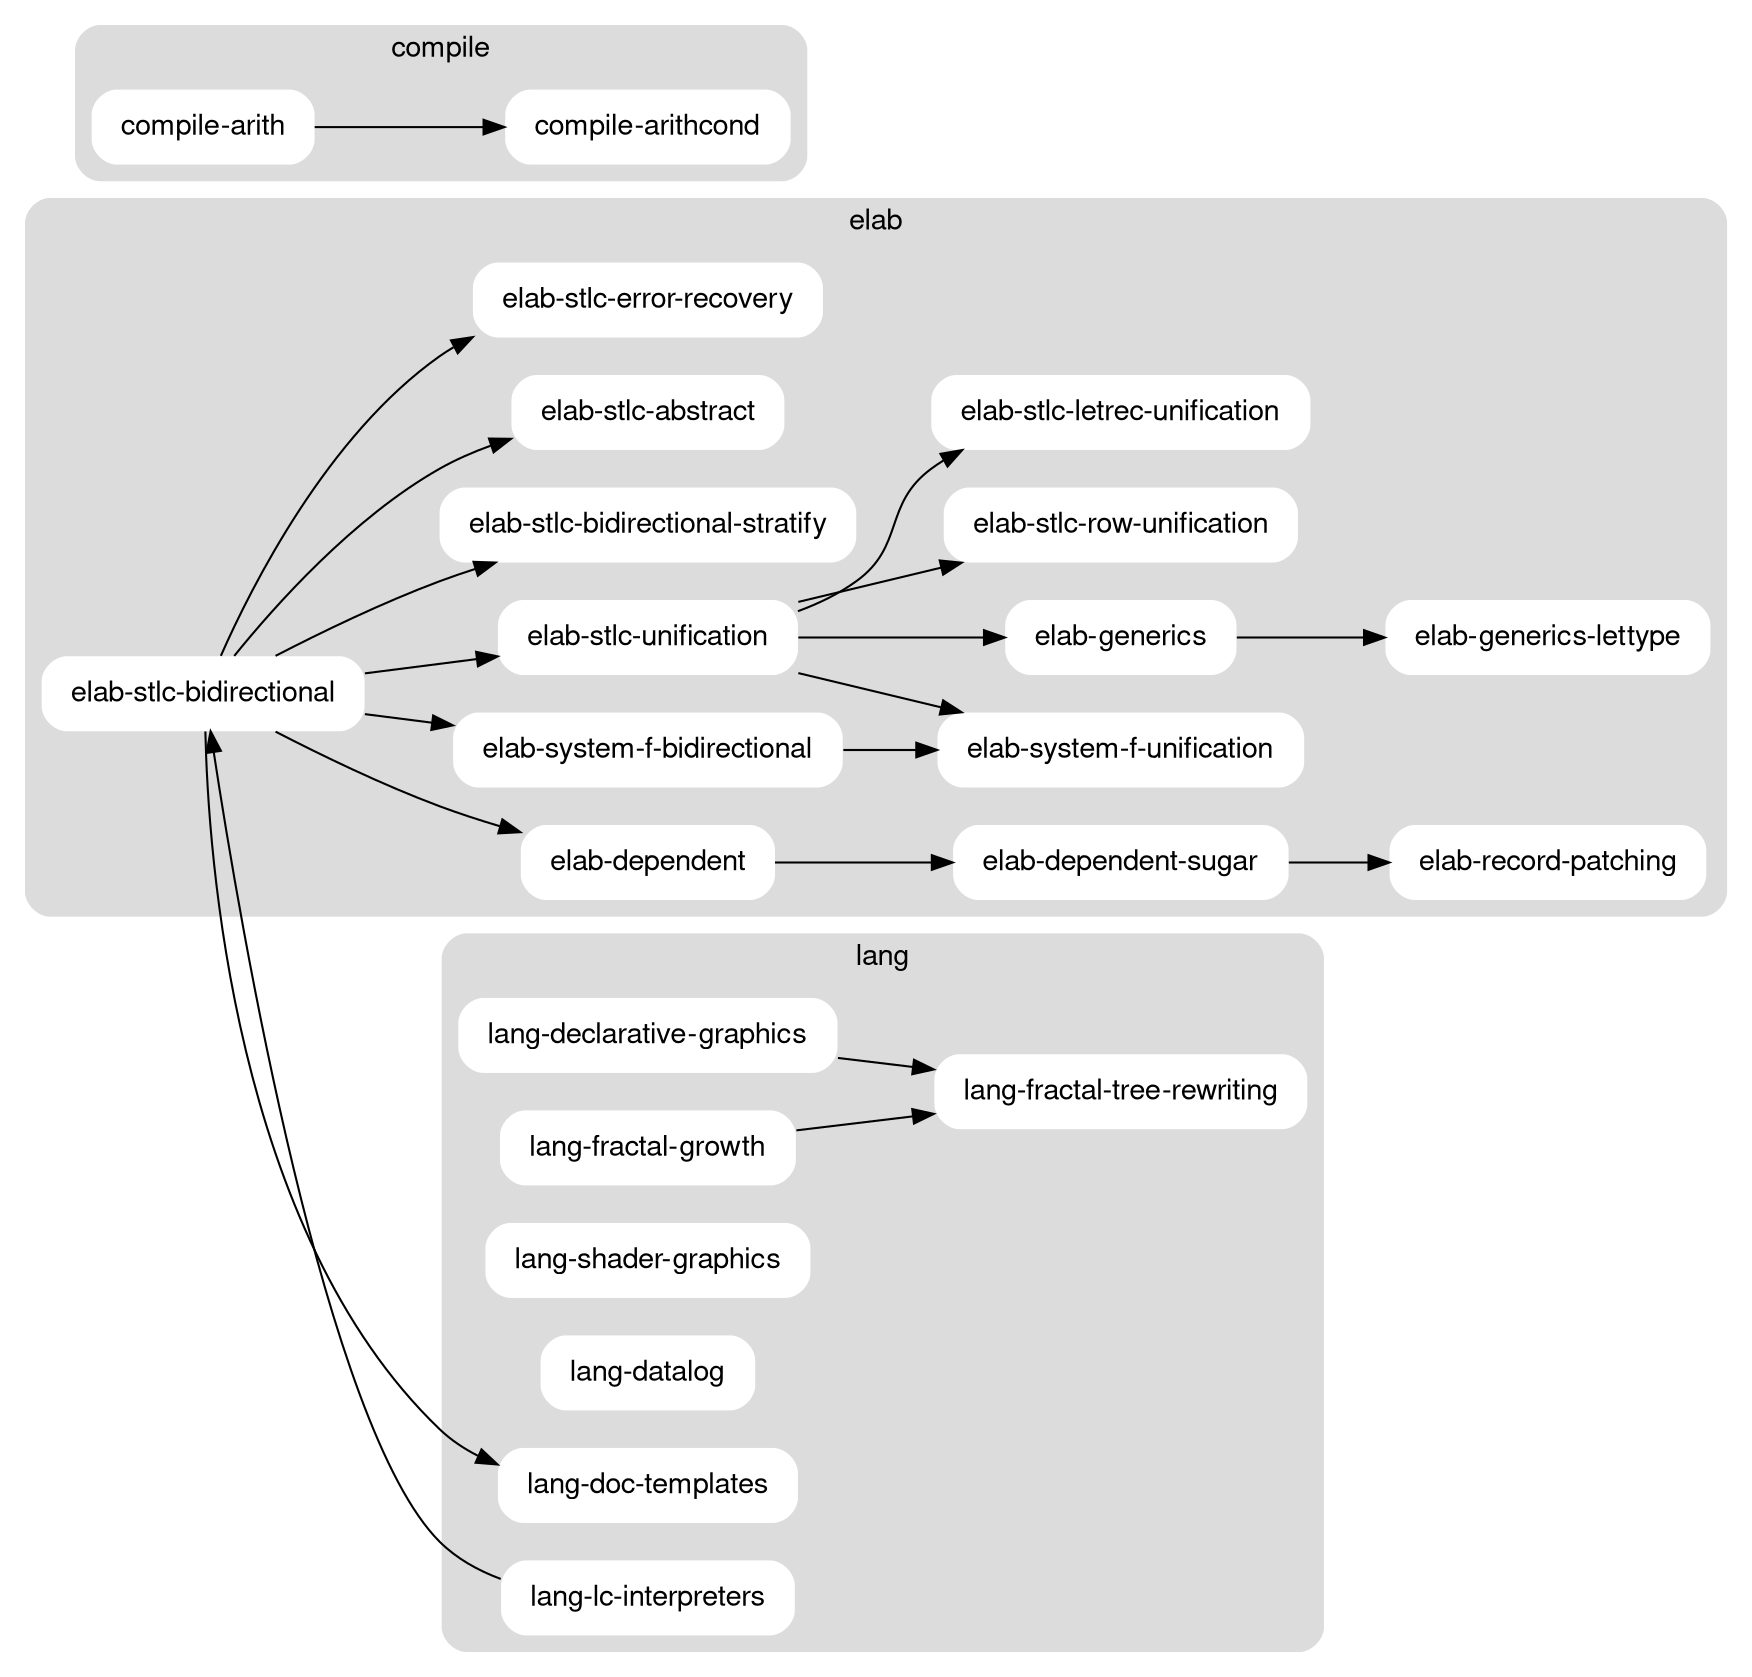
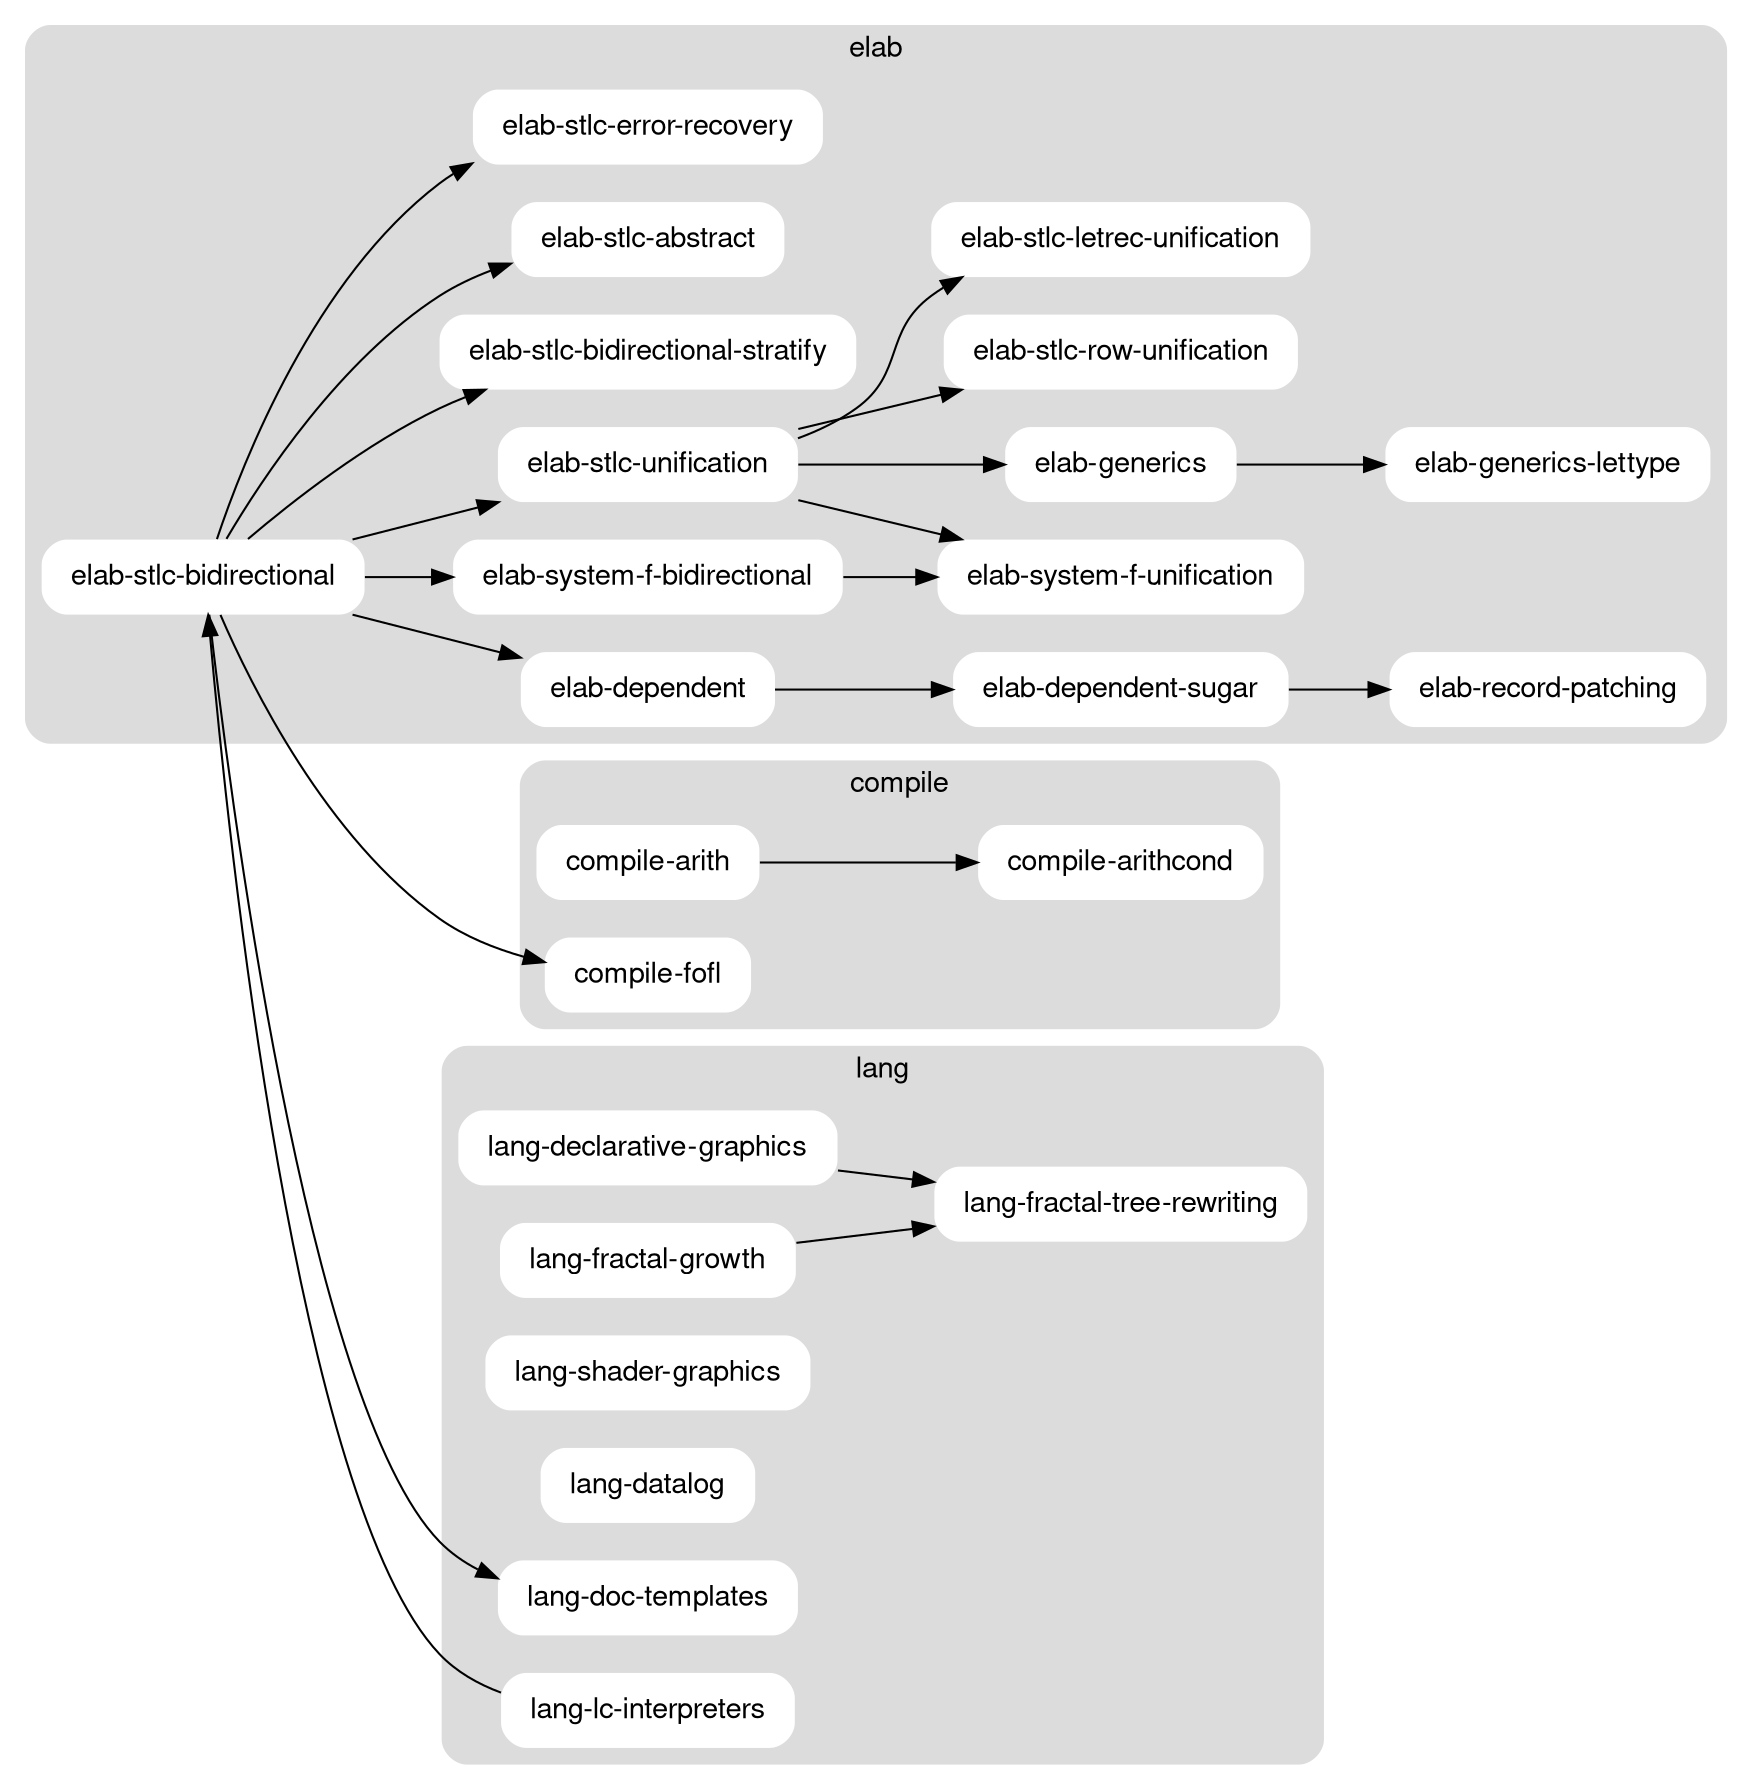
// dot -Tsvg garden.dot > garden.svg
// dot -Tpng garden.dot | imgcat

digraph garden {

  graph [
    color = "none",
    fillcolor = "gainsboro",
    fontname = "Helvetica,Arial,sans-serif",
    rankdir = LR,
    style = "filled, rounded",
  ];

  node [
    color = "none",
    fillcolor = "white",
    fontname = "Helvetica,Arial,sans-serif",
    margin = "0.2, 0.0",
    shape = "box",
    style = "filled, rounded",
  ];

  // NOTE: Subgraphs and nodes are listed in reverse order to how we’d like
  //       them to appear in the rendered graph

  subgraph elab {
    label = "elab";
    cluster = true;

    "elab-dependent";
    "elab-dependent-sugar";
    "elab-record-patching";

    "elab-system-f-bidirectional";
    "elab-system-f-unification";

    "elab-generics";
    "elab-generics-lettype";

    "elab-stlc-bidirectional";
    "elab-stlc-unification";
    "elab-stlc-bidirectional-stratify";
    "elab-stlc-abstract";
    "elab-stlc-row-unification";
    "elab-stlc-letrec-unification";
    "elab-stlc-error-recovery";
  }

  subgraph compile {
    label = "compile";
    cluster = true;

    "compile-arith";
    "compile-arithcond";
+     "compile-fofl";
  }

  subgraph lang {
    label = "lang";
    cluster = true;

    "lang-declarative-graphics";
    "lang-fractal-growth";
    "lang-fractal-tree-rewriting";
    "lang-shader-graphics";
    "lang-datalog";
    "lang-doc-templates";
    "lang-lc-interpreters";
  }

  "elab-stlc-bidirectional" -> "elab-stlc-error-recovery";
  "elab-stlc-bidirectional" -> "elab-stlc-bidirectional-stratify";
  "elab-stlc-bidirectional" -> "elab-stlc-unification";
  "elab-stlc-bidirectional" -> "elab-stlc-abstract";
  "elab-stlc-bidirectional" -> "elab-system-f-bidirectional";
  "elab-stlc-bidirectional" -> "elab-dependent";
  "elab-stlc-bidirectional" -> "lang-doc-templates";
+   "elab-stlc-bidirectional" -> "compile-fofl";
  "elab-stlc-unification" -> "elab-stlc-letrec-unification";
  "elab-stlc-unification" -> "elab-stlc-row-unification";
  "elab-stlc-unification" -> "elab-generics";
  "elab-stlc-unification" -> "elab-system-f-unification";
  "elab-generics" -> "elab-generics-lettype";
  "elab-system-f-bidirectional" -> "elab-system-f-unification";
  "elab-dependent" -> "elab-dependent-sugar";
  "elab-dependent-sugar" -> "elab-record-patching";
  "compile-arith" -> "compile-arithcond";
  "lang-lc-interpreters" -> "elab-stlc-bidirectional";
  "lang-fractal-growth" -> "lang-fractal-tree-rewriting";
  "lang-declarative-graphics" -> "lang-fractal-tree-rewriting";

}
